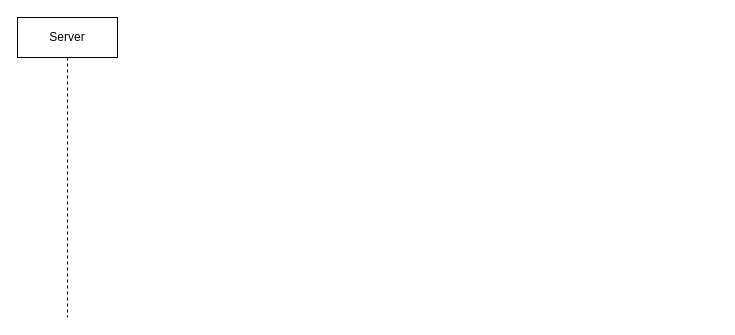
This is CallbackService.drawio from HousionQ/draw, a draw.io file, before an edit. Source tidied: cells renumbered, new cells numbered last; positions are measured from the earlier drawing's top-left corner, leaving out a move shared by most shapes. Both pictures are drawn from the tidied source at 100%, with x=0, y=0 at pixel (17, 17).
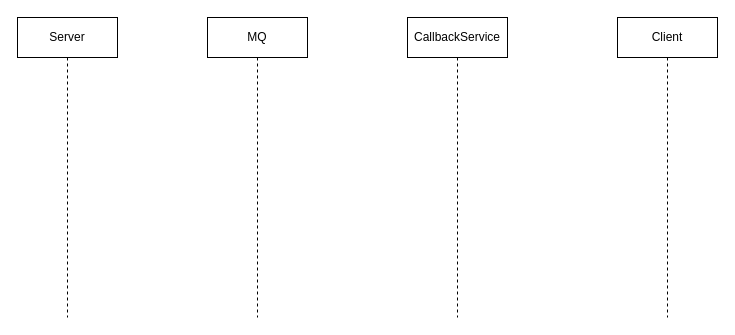
The same page after the edit.

Change to the diagram source:
```diff
@@
 <mxGraphModel>
   <root>
     <mxCell id="0" />
     <mxCell id="1" parent="0" />
     <mxCell id="2" value="Server" style="shape=umlLifeline;perimeter=lifelinePerimeter;whiteSpace=wrap;html=1;" parent="1" vertex="1">
       <mxGeometry width="100" height="300" as="geometry" />
     </mxCell>
+    <mxCell id="3" value="MQ" style="shape=umlLifeline;perimeter=lifelinePerimeter;whiteSpace=wrap;html=1;" parent="1" vertex="1">
+      <mxGeometry x="190" width="100" height="300" as="geometry" />
+    </mxCell>
+    <mxCell id="4" value="CallbackService" style="shape=umlLifeline;perimeter=lifelinePerimeter;whiteSpace=wrap;html=1;" parent="1" vertex="1">
+      <mxGeometry x="390" width="100" height="300" as="geometry" />
+    </mxCell>
+    <mxCell id="5" value="Client" style="shape=umlLifeline;perimeter=lifelinePerimeter;whiteSpace=wrap;html=1;" parent="1" vertex="1">
+      <mxGeometry x="600" width="100" height="300" as="geometry" />
+    </mxCell>
   </root>
 </mxGraphModel>
```
